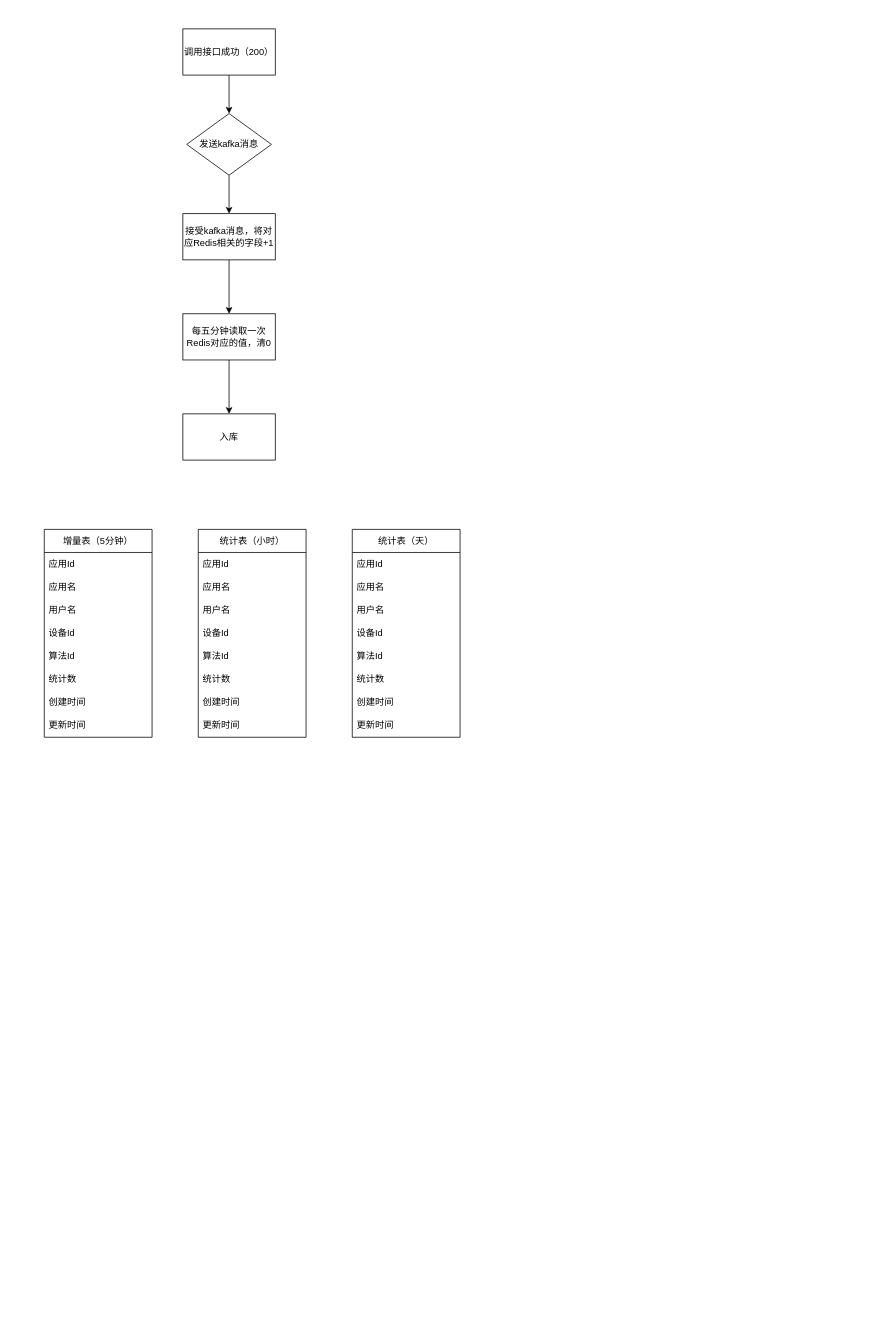
Earlier version of the draw.io diagram 接口计费.drawio (lingpengzhou/diagrams.io). Source tidied: cells renumbered, new cells numbered last; positions are measured from the earlier drawing's top-left corner, leaving out a move shared by most shapes. Both pictures are drawn from the tidied source at 77%, with x=0, y=0 at pixel (44, 28).
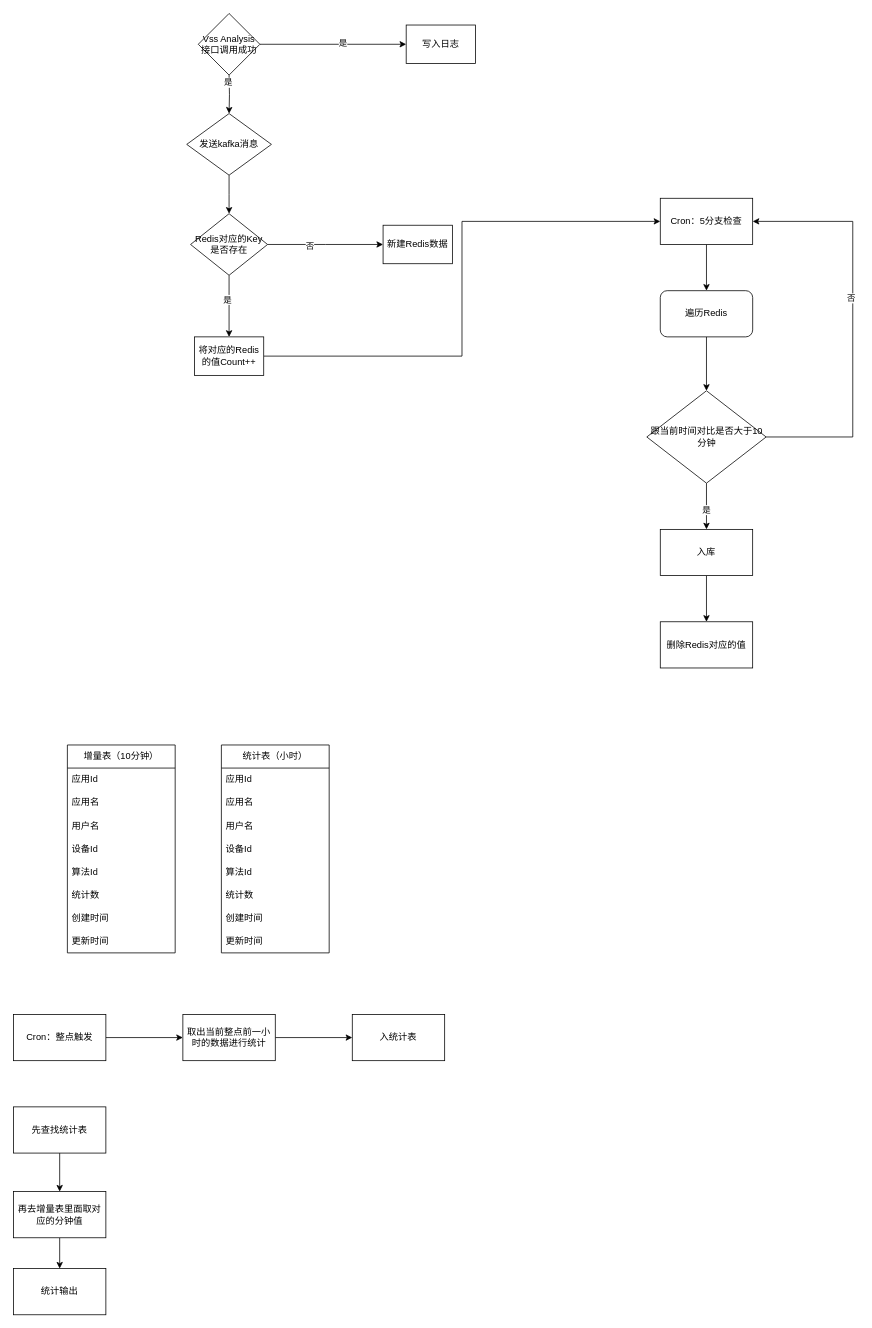
The same diagram, later.

Commit message:
更新接口计费.drawio

Unchanged cells that the change refers to:
```xml
<mxCell id="5" value="发送kafka消息" style="rhombus;whiteSpace=wrap;html=1;" parent="1" vertex="1">
  <mxGeometry x="185" y="110" width="110" height="80" as="geometry" />
</mxCell>
```

The edit, as a diff of the source:
```diff
@@
-    <mxCell id="2" style="edgeStyle=orthogonalEdgeStyle;rounded=0;jettySize=auto;html=1;" parent="1" edge="1" source="3" target="5">
-      <mxGeometry relative="1" as="geometry" />
+    <mxCell id="2" style="edgeStyle=orthogonalEdgeStyle;rounded=0;jettySize=auto;html=1;" parent="1" edge="1" target="5">
+      <mxGeometry relative="1" as="geometry">
+        <mxPoint x="240" y="60" as="sourcePoint" />
+      </mxGeometry>
     </mxCell>
-    <mxCell id="3" value="调用接口成功（200）" style="rounded=0;whiteSpace=wrap;html=1;" parent="1" vertex="1">
-      <mxGeometry x="180" width="120" height="60" as="geometry" />
-    </mxCell>
+    <mxCell id="38" value="是" style="edgeLabel;html=1;align=center;verticalAlign=middle;" parent="2" vertex="1">
+      <mxGeometry x="-0.65" y="-2" relative="1" as="geometry" />
+    </mxCell>
-    <mxCell id="4" style="edgeStyle=orthogonalEdgeStyle;rounded=0;jettySize=auto;html=1;exitX=0.5;exitY=1;exitDx=0;exitDy=0;entryX=0.5;entryY=0;entryDx=0;entryDy=0;" parent="1" edge="1" source="5" target="7">
-      <mxGeometry relative="1" as="geometry" />
+    <mxCell id="4" style="edgeStyle=orthogonalEdgeStyle;rounded=0;jettySize=auto;html=1;exitX=0.5;exitY=1;exitDx=0;exitDy=0;entryX=0.5;entryY=0;entryDx=0;entryDy=0;" parent="1" edge="1" source="5">
+      <mxGeometry relative="1" as="geometry">
+        <mxPoint x="240" y="240" as="targetPoint" />
+      </mxGeometry>
     </mxCell>
@@
-    <mxCell id="6" style="edgeStyle=orthogonalEdgeStyle;rounded=0;jettySize=auto;html=1;exitX=0.5;exitY=1;exitDx=0;exitDy=0;entryX=0.5;entryY=0;entryDx=0;entryDy=0;" parent="1" edge="1" source="7" target="9">
-      <mxGeometry relative="1" as="geometry" />
-    </mxCell>
-    <mxCell id="7" value="接受kafka消息，将对应Redis相关的字段+1" style="rounded=0;whiteSpace=wrap;html=1;" parent="1" vertex="1">
-      <mxGeometry x="180" y="240" width="120" height="60" as="geometry" />
-    </mxCell>
-    <mxCell id="8" style="edgeStyle=orthogonalEdgeStyle;rounded=0;jettySize=auto;html=1;exitX=0.5;exitY=1;exitDx=0;exitDy=0;" parent="1" edge="1" source="9" target="10">
-      <mxGeometry relative="1" as="geometry" />
-    </mxCell>
-    <mxCell id="9" value="每五分钟读取一次Redis对应的值，清0" style="rounded=0;whiteSpace=wrap;html=1;" parent="1" vertex="1">
-      <mxGeometry x="180" y="370" width="120" height="60" as="geometry" />
-    </mxCell>
-    <mxCell id="10" value="入库" style="rounded=0;whiteSpace=wrap;html=1;" parent="1" vertex="1">
-      <mxGeometry x="180" y="500" width="120" height="60" as="geometry" />
-    </mxCell>
-    <mxCell id="11" value="增量表（5分钟）" style="swimlane;fontStyle=0;horizontal=1;startSize=30;whiteSpace=wrap;html=1;" parent="1" vertex="1">
-      <mxGeometry y="650" width="140" height="270" as="geometry" />
+    <mxCell id="11" value="增量表（10分钟）" style="swimlane;fontStyle=0;horizontal=1;startSize=30;whiteSpace=wrap;html=1;" parent="1" vertex="1">
+      <mxGeometry x="30" y="930" width="140" height="270" as="geometry" />
     </mxCell>
@@
     <mxCell id="20" value="统计表（小时）" style="swimlane;fontStyle=0;horizontal=1;startSize=30;whiteSpace=wrap;html=1;" parent="1" vertex="1">
-      <mxGeometry x="200" y="650" width="140" height="270" as="geometry" />
+      <mxGeometry x="230" y="930" width="140" height="270" as="geometry" />
     </mxCell>
@@
-    <mxCell id="29" value="统计表（天）" style="swimlane;fontStyle=0;horizontal=1;startSize=30;whiteSpace=wrap;html=1;" parent="1" vertex="1">
-      <mxGeometry x="400" y="650" width="140" height="270" as="geometry" />
-    </mxCell>
-    <mxCell id="30" value="应用Id" style="text;strokeColor=none;fillColor=none;align=left;verticalAlign=middle;spacingLeft=4;spacingRight=4;overflow=hidden;whiteSpace=wrap;html=1;" parent="29" vertex="1">
-      <mxGeometry y="30" width="140" height="30" as="geometry" />
-    </mxCell>
-    <mxCell id="31" value="应用名" style="text;strokeColor=none;fillColor=none;align=left;verticalAlign=middle;spacingLeft=4;spacingRight=4;overflow=hidden;whiteSpace=wrap;html=1;" parent="29" vertex="1">
-      <mxGeometry y="60" width="140" height="30" as="geometry" />
-    </mxCell>
-    <mxCell id="32" value="用户名" style="text;strokeColor=none;fillColor=none;align=left;verticalAlign=middle;spacingLeft=4;spacingRight=4;overflow=hidden;whiteSpace=wrap;html=1;" parent="29" vertex="1">
-      <mxGeometry y="90" width="140" height="30" as="geometry" />
-    </mxCell>
-    <mxCell id="33" value="设备Id" style="text;strokeColor=none;fillColor=none;align=left;verticalAlign=middle;spacingLeft=4;spacingRight=4;overflow=hidden;whiteSpace=wrap;html=1;" parent="29" vertex="1">
-      <mxGeometry y="120" width="140" height="30" as="geometry" />
-    </mxCell>
-    <mxCell id="34" value="算法Id" style="text;strokeColor=none;fillColor=none;align=left;verticalAlign=middle;spacingLeft=4;spacingRight=4;overflow=hidden;whiteSpace=wrap;html=1;" parent="29" vertex="1">
-      <mxGeometry y="150" width="140" height="30" as="geometry" />
-    </mxCell>
-    <mxCell id="35" value="统计数" style="text;strokeColor=none;fillColor=none;align=left;verticalAlign=middle;spacingLeft=4;spacingRight=4;overflow=hidden;whiteSpace=wrap;html=1;" parent="29" vertex="1">
-      <mxGeometry y="180" width="140" height="30" as="geometry" />
-    </mxCell>
-    <mxCell id="36" value="创建时间" style="text;strokeColor=none;fillColor=none;align=left;verticalAlign=middle;spacingLeft=4;spacingRight=4;overflow=hidden;whiteSpace=wrap;html=1;" parent="29" vertex="1">
-      <mxGeometry y="210" width="140" height="30" as="geometry" />
-    </mxCell>
-    <mxCell id="37" value="更新时间" style="text;strokeColor=none;fillColor=none;align=left;verticalAlign=middle;spacingLeft=4;spacingRight=4;overflow=hidden;whiteSpace=wrap;html=1;" parent="29" vertex="1">
-      <mxGeometry y="240" width="140" height="30" as="geometry" />
-    </mxCell>
+    <mxCell id="39" style="edgeStyle=orthogonalEdgeStyle;rounded=0;jettySize=auto;html=1;exitX=0.5;exitY=1;exitDx=0;exitDy=0;" parent="1" edge="1" source="40" target="42">
+      <mxGeometry relative="1" as="geometry" />
+    </mxCell>
+    <mxCell id="40" value="Cron：5分支检查" style="rounded=0;whiteSpace=wrap;html=1;" parent="1" vertex="1">
+      <mxGeometry x="800" y="220" width="120" height="60" as="geometry" />
+    </mxCell>
+    <mxCell id="41" style="edgeStyle=orthogonalEdgeStyle;rounded=0;jettySize=auto;html=1;exitX=0.5;exitY=1;exitDx=0;exitDy=0;" parent="1" edge="1" source="42" target="47">
+      <mxGeometry relative="1" as="geometry" />
+    </mxCell>
+    <mxCell id="42" value="遍历Redis" style="rounded=1;whiteSpace=wrap;html=1;" parent="1" vertex="1">
+      <mxGeometry x="800" y="340" width="120" height="60" as="geometry" />
+    </mxCell>
+    <mxCell id="43" style="edgeStyle=orthogonalEdgeStyle;rounded=0;jettySize=auto;html=1;" parent="1" edge="1" source="47" target="10">
+      <mxGeometry relative="1" as="geometry" />
+    </mxCell>
+    <mxCell id="44" value="是" style="edgeLabel;html=1;align=center;verticalAlign=middle;" parent="43" vertex="1">
+      <mxGeometry x="0.12" y="-1" relative="1" as="geometry" />
+    </mxCell>
+    <mxCell id="45" style="edgeStyle=orthogonalEdgeStyle;rounded=0;jettySize=auto;html=1;exitX=1;exitY=0.5;exitDx=0;exitDy=0;entryX=1;entryY=0.5;entryDx=0;entryDy=0;" parent="1" edge="1" source="47" target="40">
+      <mxGeometry relative="1" as="geometry">
+        <Array as="points">
+          <mxPoint x="1050" y="530" />
+          <mxPoint x="1050" y="250" />
+        </Array>
+      </mxGeometry>
+    </mxCell>
+    <mxCell id="46" value="否" style="edgeLabel;html=1;align=center;verticalAlign=middle;" parent="45" vertex="1">
+      <mxGeometry x="0.12" y="3" relative="1" as="geometry" />
+    </mxCell>
+    <mxCell id="47" value="跟当前时间对比是否大于10分钟" style="rhombus;whiteSpace=wrap;html=1;" parent="1" vertex="1">
+      <mxGeometry x="782.5" y="470" width="155" height="120" as="geometry" />
+    </mxCell>
+    <mxCell id="48" style="edgeStyle=orthogonalEdgeStyle;rounded=0;jettySize=auto;html=1;exitX=0.5;exitY=1;exitDx=0;exitDy=0;" parent="1" edge="1" source="10" target="49">
+      <mxGeometry relative="1" as="geometry" />
+    </mxCell>
+    <mxCell id="10" value="入库" style="rounded=0;whiteSpace=wrap;html=1;" parent="1" vertex="1">
+      <mxGeometry x="800" y="650" width="120" height="60" as="geometry" />
+    </mxCell>
+    <mxCell id="49" value="删除Redis对应的值" style="rounded=0;whiteSpace=wrap;html=1;" parent="1" vertex="1">
+      <mxGeometry x="800" y="770" width="120" height="60" as="geometry" />
+    </mxCell>
+    <mxCell id="50" style="edgeStyle=orthogonalEdgeStyle;rounded=0;jettySize=auto;html=1;exitX=1;exitY=0.5;exitDx=0;exitDy=0;" parent="1" edge="1" source="54">
+      <mxGeometry relative="1" as="geometry">
+        <mxPoint x="440" y="280" as="targetPoint" />
+      </mxGeometry>
+    </mxCell>
+    <mxCell id="51" value="否" style="edgeLabel;html=1;align=center;verticalAlign=middle;" parent="50" vertex="1">
+      <mxGeometry x="-0.28" y="-1" relative="1" as="geometry" />
+    </mxCell>
+    <mxCell id="52" style="edgeStyle=orthogonalEdgeStyle;rounded=0;jettySize=auto;html=1;entryX=0.5;entryY=0;entryDx=0;entryDy=0;" parent="1" edge="1" source="54" target="57">
+      <mxGeometry relative="1" as="geometry" />
+    </mxCell>
+    <mxCell id="53" value="是" style="edgeLabel;html=1;align=center;verticalAlign=middle;" parent="52" vertex="1">
+      <mxGeometry x="-0.23" y="-3" relative="1" as="geometry" />
+    </mxCell>
+    <mxCell id="54" value="Redis对应的Key是否存在" style="rhombus;whiteSpace=wrap;html=1;" parent="1" vertex="1">
+      <mxGeometry x="190" y="240" width="100" height="80" as="geometry" />
+    </mxCell>
+    <mxCell id="55" value="新建Redis数据" style="rounded=0;whiteSpace=wrap;html=1;" parent="1" vertex="1">
+      <mxGeometry x="440" y="255" width="90" height="50" as="geometry" />
+    </mxCell>
+    <mxCell id="56" style="edgeStyle=orthogonalEdgeStyle;rounded=0;jettySize=auto;html=1;exitX=1;exitY=0.5;exitDx=0;exitDy=0;entryX=0;entryY=0.5;entryDx=0;entryDy=0;" parent="1" edge="1" source="57" target="40">
+      <mxGeometry relative="1" as="geometry" />
+    </mxCell>
+    <mxCell id="57" value="将对应的Redis 的值Count++" style="rounded=0;whiteSpace=wrap;html=1;" parent="1" vertex="1">
+      <mxGeometry x="195" y="400" width="90" height="50" as="geometry" />
+    </mxCell>
+    <mxCell id="58" style="edgeStyle=orthogonalEdgeStyle;rounded=0;jettySize=auto;html=1;exitX=1;exitY=0.5;exitDx=0;exitDy=0;" parent="1" edge="1" source="59" target="61">
+      <mxGeometry relative="1" as="geometry" />
+    </mxCell>
+    <mxCell id="59" value="Cron：整点触发" style="rounded=0;whiteSpace=wrap;html=1;" parent="1" vertex="1">
+      <mxGeometry x="-40" y="1280" width="120" height="60" as="geometry" />
+    </mxCell>
+    <mxCell id="60" style="edgeStyle=orthogonalEdgeStyle;rounded=0;jettySize=auto;html=1;exitX=1;exitY=0.5;exitDx=0;exitDy=0;" parent="1" edge="1" source="61" target="62">
+      <mxGeometry relative="1" as="geometry" />
+    </mxCell>
+    <mxCell id="61" value="取出当前整点前一小时的数据进行统计" style="rounded=0;whiteSpace=wrap;html=1;" parent="1" vertex="1">
+      <mxGeometry x="180" y="1280" width="120" height="60" as="geometry" />
+    </mxCell>
+    <mxCell id="62" value="入统计表" style="rounded=0;whiteSpace=wrap;html=1;" parent="1" vertex="1">
+      <mxGeometry x="400" y="1280" width="120" height="60" as="geometry" />
+    </mxCell>
+    <mxCell id="63" style="edgeStyle=orthogonalEdgeStyle;rounded=0;jettySize=auto;html=1;exitX=0.5;exitY=1;exitDx=0;exitDy=0;entryX=0.5;entryY=0;entryDx=0;entryDy=0;" parent="1" edge="1" source="64" target="66">
+      <mxGeometry relative="1" as="geometry" />
+    </mxCell>
+    <mxCell id="64" value="先查找统计表" style="rounded=0;whiteSpace=wrap;html=1;" parent="1" vertex="1">
+      <mxGeometry x="-40" y="1400" width="120" height="60" as="geometry" />
+    </mxCell>
+    <mxCell id="65" style="edgeStyle=orthogonalEdgeStyle;rounded=0;jettySize=auto;html=1;exitX=0.5;exitY=1;exitDx=0;exitDy=0;" parent="1" edge="1" source="66" target="67">
+      <mxGeometry relative="1" as="geometry" />
+    </mxCell>
+    <mxCell id="66" value="再去增量表里面取对应的分钟值" style="rounded=0;whiteSpace=wrap;html=1;" parent="1" vertex="1">
+      <mxGeometry x="-40" y="1510" width="120" height="60" as="geometry" />
+    </mxCell>
+    <mxCell id="67" value="统计输出" style="rounded=0;whiteSpace=wrap;html=1;" parent="1" vertex="1">
+      <mxGeometry x="-40" y="1610" width="120" height="60" as="geometry" />
+    </mxCell>
+    <mxCell id="68" style="edgeStyle=orthogonalEdgeStyle;rounded=0;jettySize=auto;html=1;exitX=1;exitY=0.5;exitDx=0;exitDy=0;" parent="1" edge="1" source="70" target="71">
+      <mxGeometry relative="1" as="geometry" />
+    </mxCell>
+    <mxCell id="69" value="是" style="edgeLabel;html=1;align=center;verticalAlign=middle;" parent="68" vertex="1">
+      <mxGeometry x="0.13" y="2" relative="1" as="geometry" />
+    </mxCell>
+    <mxCell id="70" value="Vss Analysis接口调用成功" style="rhombus;whiteSpace=wrap;html=1;" parent="1" vertex="1">
+      <mxGeometry x="200" y="-20" width="80" height="80" as="geometry" />
+    </mxCell>
+    <mxCell id="71" value="写入日志" style="rounded=0;whiteSpace=wrap;html=1;" parent="1" vertex="1">
+      <mxGeometry x="470" y="-5" width="90" height="50" as="geometry" />
+    </mxCell>
```
